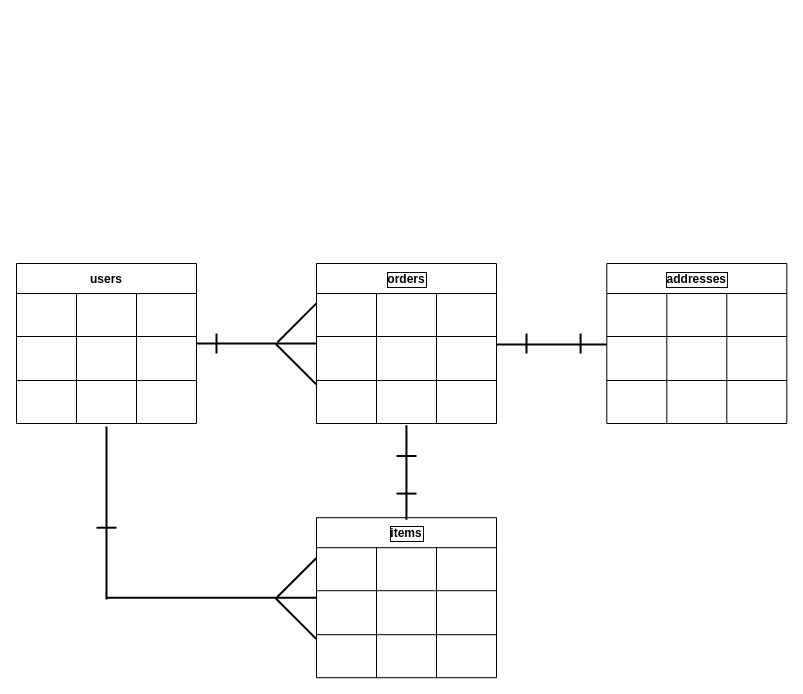
TygFF11/furima-37250 keeps this draw.io diagram as test.dio. Above is the earlier version. Source tidied: cells renumbered, new cells numbered last; positions are measured from the earlier drawing's top-left corner, leaving out a move shared by most shapes. Both pictures are drawn from the tidied source at 100%, with x=0, y=0 at pixel (16, 263).
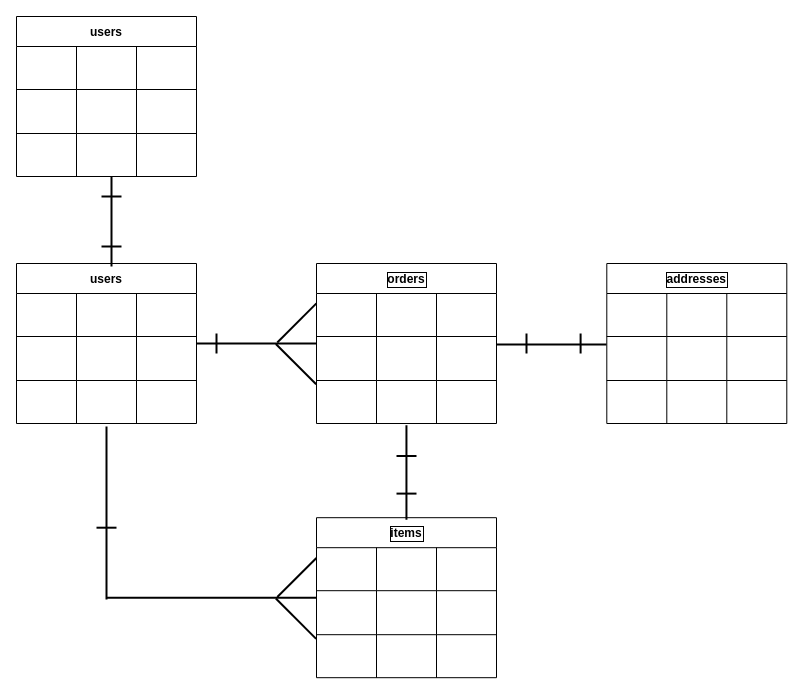
The same diagram, later.

Diff of the diagram source:
```diff
@@
+    <mxCell id="69" value="users" style="shape=table;startSize=30;childLayout=tableLayout;fontStyle=1;align=center;" parent="1" vertex="1">
+      <mxGeometry y="-247" width="180" height="160" as="geometry" />
+    </mxCell>
+    <mxCell id="70" style="shape=partialRectangle;html=1;whiteSpace=wrap;fillColor=none;top=0;left=0;bottom=0;right=0;" parent="69" vertex="1">
+      <mxGeometry y="30" width="180" height="43" as="geometry" />
+    </mxCell>
+    <mxCell id="71" style="shape=partialRectangle;html=1;whiteSpace=wrap;fillColor=none;top=0;left=0;bottom=0;right=0;overflow=hidden;" parent="70" vertex="1">
+      <mxGeometry width="60" height="43" as="geometry" />
+    </mxCell>
+    <mxCell id="72" style="shape=partialRectangle;html=1;whiteSpace=wrap;fillColor=none;top=0;left=0;bottom=0;right=0;overflow=hidden;" parent="70" vertex="1">
+      <mxGeometry x="60" width="60" height="43" as="geometry" />
+    </mxCell>
+    <mxCell id="73" style="shape=partialRectangle;html=1;whiteSpace=wrap;fillColor=none;top=0;left=0;bottom=0;right=0;overflow=hidden;" parent="70" vertex="1">
+      <mxGeometry x="120" width="60" height="43" as="geometry" />
+    </mxCell>
+    <mxCell id="74" style="shape=partialRectangle;html=1;whiteSpace=wrap;fillColor=none;top=0;left=0;bottom=0;right=0;" parent="69" vertex="1">
+      <mxGeometry y="73" width="180" height="44" as="geometry" />
+    </mxCell>
+    <mxCell id="75" style="shape=partialRectangle;html=1;whiteSpace=wrap;fillColor=none;top=0;left=0;bottom=0;right=0;overflow=hidden;" parent="74" vertex="1">
+      <mxGeometry width="60" height="44" as="geometry" />
+    </mxCell>
+    <mxCell id="76" style="shape=partialRectangle;html=1;whiteSpace=wrap;fillColor=none;top=0;left=0;bottom=0;right=0;overflow=hidden;" parent="74" vertex="1">
+      <mxGeometry x="60" width="60" height="44" as="geometry" />
+    </mxCell>
+    <mxCell id="77" style="shape=partialRectangle;html=1;whiteSpace=wrap;fillColor=none;top=0;left=0;bottom=0;right=0;overflow=hidden;" parent="74" vertex="1">
+      <mxGeometry x="120" width="60" height="44" as="geometry" />
+    </mxCell>
+    <mxCell id="78" style="shape=partialRectangle;html=1;whiteSpace=wrap;fillColor=none;top=0;left=0;bottom=0;right=0;" parent="69" vertex="1">
+      <mxGeometry y="117" width="180" height="43" as="geometry" />
+    </mxCell>
+    <mxCell id="79" style="shape=partialRectangle;html=1;whiteSpace=wrap;fillColor=none;top=0;left=0;bottom=0;right=0;overflow=hidden;" parent="78" vertex="1">
+      <mxGeometry width="60" height="43" as="geometry" />
+    </mxCell>
+    <mxCell id="80" style="shape=partialRectangle;html=1;whiteSpace=wrap;fillColor=none;top=0;left=0;bottom=0;right=0;overflow=hidden;" parent="78" vertex="1">
+      <mxGeometry x="60" width="60" height="43" as="geometry" />
+    </mxCell>
+    <mxCell id="81" style="shape=partialRectangle;html=1;whiteSpace=wrap;fillColor=none;top=0;left=0;bottom=0;right=0;overflow=hidden;" parent="78" vertex="1">
+      <mxGeometry x="120" width="60" height="43" as="geometry" />
+    </mxCell>
+    <mxCell id="82" style="line;strokeWidth=2;direction=south;html=1;" parent="1" vertex="1">
+      <mxGeometry x="90" y="-87" width="10" height="90" as="geometry" />
+    </mxCell>
+    <mxCell id="83" style="line;strokeWidth=2;html=1;startSize=30;rotation=90;direction=south;" parent="1" vertex="1">
+      <mxGeometry x="90" y="-77" width="10" height="20" as="geometry" />
+    </mxCell>
+    <mxCell id="84" style="line;strokeWidth=2;html=1;startSize=30;rotation=90;direction=south;" parent="1" vertex="1">
+      <mxGeometry x="90" y="-27" width="10" height="20" as="geometry" />
+    </mxCell>
```
